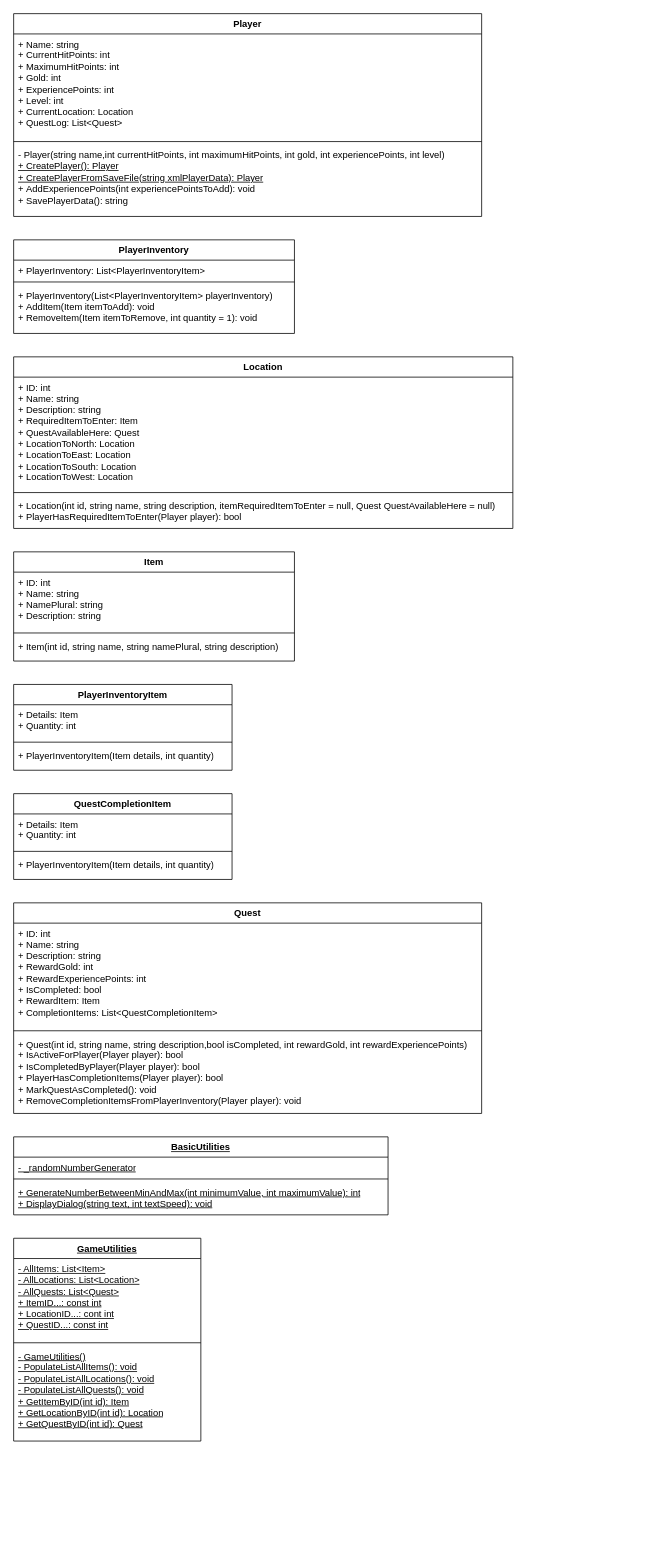
XPsyZchoX/Arcane_Echoes_The_Rise_of_the_Obsidian_Queen keeps this draw.io diagram as Documentation/Class Diagrams/ClassDiagram.drawio. Above is the earlier version. Source tidied: cells renumbered, new cells numbered last; positions are measured from the earlier drawing's top-left corner, leaving out a move shared by most shapes. Both pictures are drawn from the tidied source at 78%, with x=0, y=0 at pixel (13, 13).
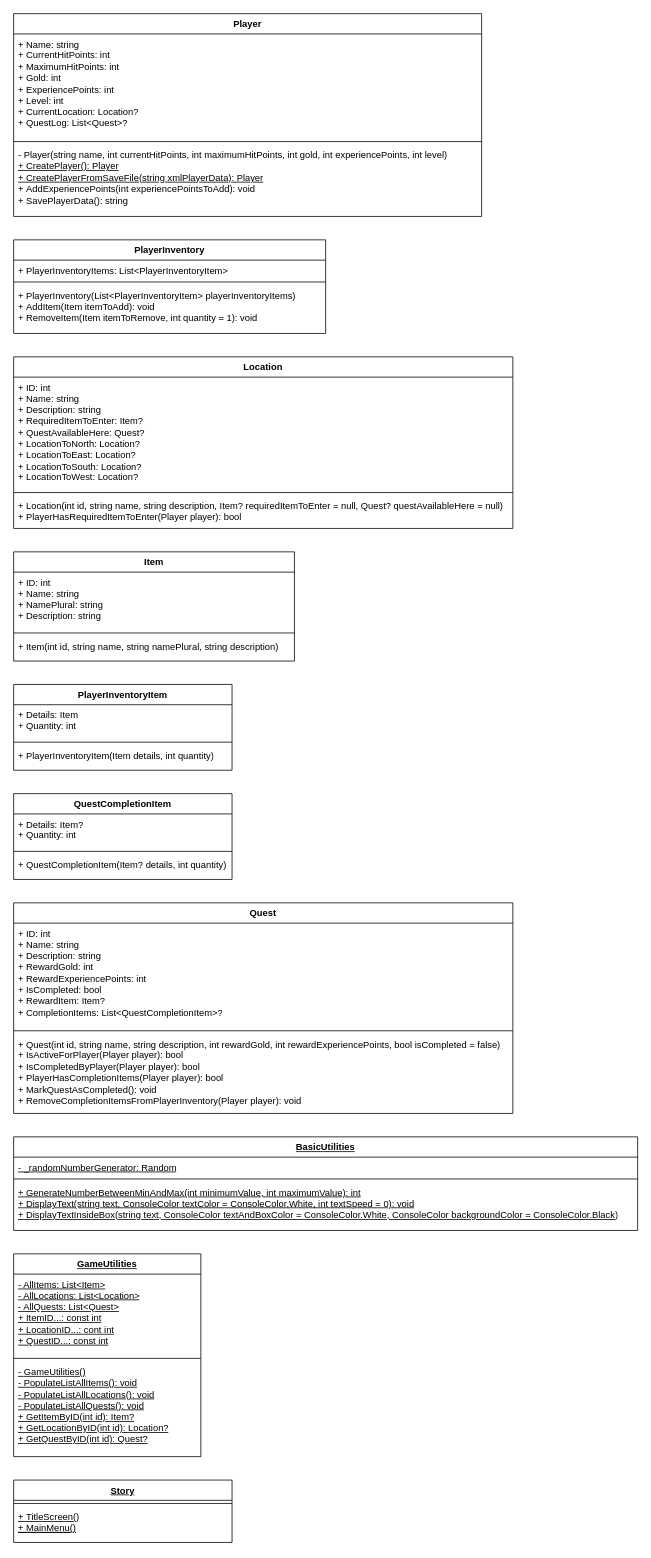
After the change.

Commit message (it also covers changes not shown here):
Added the method Story containing the main menu and a method in the class BasicUtilities, diaplaying text inside a box in the console

The change refers to these unchanged cells:
```xml
<mxCell id="2" value="Player" style="swimlane;fontStyle=1;align=center;verticalAlign=top;horizontal=1;startSize=26;whiteSpace=wrap;html=1;" parent="1" vertex="1">
  <mxGeometry width="600" height="260" as="geometry" />
</mxCell>
<mxCell id="10" value="Location" style="swimlane;fontStyle=1;align=center;verticalAlign=top;horizontal=1;startSize=26;whiteSpace=wrap;html=1;" parent="1" vertex="1">
  <mxGeometry y="440" width="640" height="220" as="geometry" />
</mxCell>
<mxCell id="30" value="QuestCompletionItem" style="swimlane;fontStyle=1;align=center;verticalAlign=top;horizontal=1;startSize=26;whiteSpace=wrap;html=1;" parent="1" vertex="1">
  <mxGeometry y="1000" width="280" height="110" as="geometry" />
</mxCell>
```

Diff of the diagram source:
```diff
@@
-    <mxCell id="3" value="+ Name: string&lt;br&gt;+ CurrentHitPoints: int&lt;br&gt;+ MaximumHitPoints: int&lt;br&gt;+ Gold: int&lt;br&gt;+ ExperiencePoints: int&lt;br&gt;+ Level: int&lt;br&gt;+ CurrentLocation: Location&lt;br&gt;+ QuestLog: List&amp;lt;Quest&amp;gt;" style="text;strokeColor=none;fillColor=none;align=left;verticalAlign=top;spacingLeft=4;spacingRight=4;overflow=hidden;whiteSpace=wrap;html=1;" parent="2" vertex="1">
+    <mxCell id="3" value="+ Name: string&lt;br&gt;+ CurrentHitPoints: int&lt;br&gt;+ MaximumHitPoints: int&lt;br&gt;+ Gold: int&lt;br&gt;+ ExperiencePoints: int&lt;br&gt;+ Level: int&lt;br&gt;+ CurrentLocation: Location?&lt;br&gt;+ QuestLog: List&amp;lt;Quest&amp;gt;?" style="text;strokeColor=none;fillColor=none;align=left;verticalAlign=top;spacingLeft=4;spacingRight=4;overflow=hidden;whiteSpace=wrap;html=1;" parent="2" vertex="1">
       <mxGeometry y="26" width="600" height="134" as="geometry" />
     </mxCell>
@@
-    <mxCell id="5" value="- Player(string name,int currentHitPoints, int maximumHitPoints, int gold, int experiencePoints, int level)&lt;br&gt;&lt;u&gt;+ CreatePlayer(): Player&lt;/u&gt;&lt;br&gt;&lt;u&gt;+ CreatePlayerFromSaveFile(string xmlPlayerData): Player&lt;/u&gt;&lt;br&gt;+&amp;nbsp;AddExperiencePoints(int experiencePointsToAdd): void&lt;br&gt;+ SavePlayerData(): string" style="text;strokeColor=none;fillColor=none;align=left;verticalAlign=top;spacingLeft=4;spacingRight=4;overflow=hidden;whiteSpace=wrap;html=1;" parent="2" vertex="1">
+    <mxCell id="5" value="- Player(string name, int currentHitPoints, int maximumHitPoints, int gold, int experiencePoints, int level)&lt;br&gt;&lt;u&gt;+ CreatePlayer(): Player&lt;/u&gt;&lt;br&gt;&lt;u&gt;+ CreatePlayerFromSaveFile(string xmlPlayerData): Player&lt;/u&gt;&lt;br&gt;+&amp;nbsp;AddExperiencePoints(int experiencePointsToAdd): void&lt;br&gt;+ SavePlayerData(): string" style="text;strokeColor=none;fillColor=none;align=left;verticalAlign=top;spacingLeft=4;spacingRight=4;overflow=hidden;whiteSpace=wrap;html=1;" parent="2" vertex="1">
       <mxGeometry y="168" width="600" height="92" as="geometry" />
     </mxCell>
     <mxCell id="6" value="PlayerInventory" style="swimlane;fontStyle=1;align=center;verticalAlign=top;horizontal=1;startSize=26;whiteSpace=wrap;html=1;" parent="1" vertex="1">
-      <mxGeometry y="290" width="360" height="120" as="geometry" />
+      <mxGeometry y="290" width="400" height="120" as="geometry" />
     </mxCell>
-    <mxCell id="7" value="+ PlayerInventory: List&amp;lt;PlayerInventoryItem&amp;gt;" style="text;strokeColor=none;fillColor=none;align=left;verticalAlign=top;spacingLeft=4;spacingRight=4;overflow=hidden;whiteSpace=wrap;html=1;" parent="6" vertex="1">
-      <mxGeometry y="26" width="360" height="24" as="geometry" />
+    <mxCell id="7" value="+ PlayerInventoryItems: List&amp;lt;PlayerInventoryItem&amp;gt;" style="text;strokeColor=none;fillColor=none;align=left;verticalAlign=top;spacingLeft=4;spacingRight=4;overflow=hidden;whiteSpace=wrap;html=1;" parent="6" vertex="1">
+      <mxGeometry y="26" width="400" height="24" as="geometry" />
     </mxCell>
     <mxCell id="8" style="line;strokeWidth=1;fillColor=none;align=left;verticalAlign=middle;spacingTop=-1;spacingLeft=3;spacingRight=3;labelPosition=right;strokeColor=inherit;" parent="6" vertex="1">
-      <mxGeometry y="50" width="360" height="8" as="geometry" />
+      <mxGeometry y="50" width="400" height="8" as="geometry" />
     </mxCell>
-    <mxCell id="9" value="+&amp;nbsp;PlayerInventory(List&amp;lt;PlayerInventoryItem&amp;gt; playerInventory)&lt;br&gt;+&amp;nbsp;AddItem(Item itemToAdd): void&lt;br&gt;+&amp;nbsp;RemoveItem(Item itemToRemove, int quantity = 1): void" style="text;strokeColor=none;fillColor=none;align=left;verticalAlign=top;spacingLeft=4;spacingRight=4;overflow=hidden;whiteSpace=wrap;html=1;" parent="6" vertex="1">
-      <mxGeometry y="58" width="360" height="62" as="geometry" />
+    <mxCell id="9" value="+&amp;nbsp;PlayerInventory(List&amp;lt;PlayerInventoryItem&amp;gt; playerInventoryItems)&lt;br&gt;+&amp;nbsp;AddItem(Item itemToAdd): void&lt;br&gt;+&amp;nbsp;RemoveItem(Item itemToRemove, int quantity = 1): void" style="text;strokeColor=none;fillColor=none;align=left;verticalAlign=top;spacingLeft=4;spacingRight=4;overflow=hidden;whiteSpace=wrap;html=1;" parent="6" vertex="1">
+      <mxGeometry y="58" width="400" height="62" as="geometry" />
     </mxCell>
@@
-    <mxCell id="11" value="+ ID: int&lt;br&gt;+ Name: string&lt;br&gt;+ Description: string&lt;br&gt;+&amp;nbsp;RequiredItemToEnter: Item&lt;br&gt;+&amp;nbsp;QuestAvailableHere: Quest&lt;br&gt;+&amp;nbsp;LocationToNorth: Location&lt;br&gt;+&amp;nbsp;LocationToEast: Location&lt;br&gt;+&amp;nbsp;LocationToSouth: Location&lt;br&gt;+&amp;nbsp;LocationToWest: Location" style="text;strokeColor=none;fillColor=none;align=left;verticalAlign=top;spacingLeft=4;spacingRight=4;overflow=hidden;whiteSpace=wrap;html=1;" parent="10" vertex="1">
+    <mxCell id="11" value="+ ID: int&lt;br&gt;+ Name: string&lt;br&gt;+ Description: string&lt;br&gt;+&amp;nbsp;RequiredItemToEnter: Item?&lt;br&gt;+&amp;nbsp;QuestAvailableHere: Quest?&lt;br&gt;+&amp;nbsp;LocationToNorth: Location?&lt;br&gt;+&amp;nbsp;LocationToEast: Location?&lt;br&gt;+&amp;nbsp;LocationToSouth: Location?&lt;br&gt;+&amp;nbsp;LocationToWest: Location?" style="text;strokeColor=none;fillColor=none;align=left;verticalAlign=top;spacingLeft=4;spacingRight=4;overflow=hidden;whiteSpace=wrap;html=1;" parent="10" vertex="1">
       <mxGeometry y="26" width="640" height="144" as="geometry" />
     </mxCell>
@@
-    <mxCell id="13" value="+ Location(int id, string name, string description, itemRequiredItemToEnter = null, Quest QuestAvailableHere = null)&lt;br&gt;+ PlayerHasRequiredItemToEnter(Player player): bool" style="text;strokeColor=none;fillColor=none;align=left;verticalAlign=top;spacingLeft=4;spacingRight=4;overflow=hidden;whiteSpace=wrap;html=1;" parent="10" vertex="1">
+    <mxCell id="13" value="+ Location(int id, string name, string description, Item? requiredItemToEnter = null, Quest? questAvailableHere = null)&lt;br&gt;+ PlayerHasRequiredItemToEnter(Player player): bool" style="text;strokeColor=none;fillColor=none;align=left;verticalAlign=top;spacingLeft=4;spacingRight=4;overflow=hidden;whiteSpace=wrap;html=1;" parent="10" vertex="1">
       <mxGeometry y="178" width="640" height="42" as="geometry" />
     </mxCell>
     <mxCell id="14" value="Quest" style="swimlane;fontStyle=1;align=center;verticalAlign=top;horizontal=1;startSize=26;whiteSpace=wrap;html=1;" parent="1" vertex="1">
-      <mxGeometry y="1140" width="600" height="270" as="geometry" />
+      <mxGeometry y="1140" width="640" height="270" as="geometry" />
     </mxCell>
-    <mxCell id="15" value="+ ID: int&lt;br&gt;+ Name: string&lt;br&gt;+ Description: string&lt;br&gt;+ RewardGold: int&lt;br&gt;+ RewardExperiencePoints: int&lt;br&gt;+ IsCompleted: bool&lt;br&gt;+ RewardItem: Item&lt;br&gt;+ CompletionItems: List&amp;lt;QuestCompletionItem&amp;gt;" style="text;strokeColor=none;fillColor=none;align=left;verticalAlign=top;spacingLeft=4;spacingRight=4;overflow=hidden;whiteSpace=wrap;html=1;" parent="14" vertex="1">
-      <mxGeometry y="26" width="600" height="134" as="geometry" />
+    <mxCell id="15" value="+ ID: int&lt;br&gt;+ Name: string&lt;br&gt;+ Description: string&lt;br&gt;+ RewardGold: int&lt;br&gt;+ RewardExperiencePoints: int&lt;br&gt;+ IsCompleted: bool&lt;br&gt;+ RewardItem: Item?&lt;br&gt;+ CompletionItems: List&amp;lt;QuestCompletionItem&amp;gt;?" style="text;strokeColor=none;fillColor=none;align=left;verticalAlign=top;spacingLeft=4;spacingRight=4;overflow=hidden;whiteSpace=wrap;html=1;" parent="14" vertex="1">
+      <mxGeometry y="26" width="640" height="134" as="geometry" />
     </mxCell>
     <mxCell id="16" style="line;strokeWidth=1;fillColor=none;align=left;verticalAlign=middle;spacingTop=-1;spacingLeft=3;spacingRight=3;labelPosition=right;strokeColor=inherit;" parent="14" vertex="1">
-      <mxGeometry y="160" width="600" height="8" as="geometry" />
+      <mxGeometry y="160" width="640" height="8" as="geometry" />
     </mxCell>
-    <mxCell id="17" value="+ Quest(int id, string name, string description,bool isCompleted,&amp;nbsp;int rewardGold, int rewardExperiencePoints)&lt;br&gt;+ IsActiveForPlayer(Player player): bool&lt;br&gt;+ IsCompletedByPlayer(Player player): bool&lt;br&gt;+&amp;nbsp;PlayerHasCompletionItems(Player player): bool&lt;br&gt;+&amp;nbsp;MarkQuestAsCompleted(): void&lt;br&gt;+&amp;nbsp;RemoveCompletionItemsFromPlayerInventory(Player player): void" style="text;strokeColor=none;fillColor=none;align=left;verticalAlign=top;spacingLeft=4;spacingRight=4;overflow=hidden;whiteSpace=wrap;html=1;" parent="14" vertex="1">
-      <mxGeometry y="168" width="600" height="102" as="geometry" />
+    <mxCell id="17" value="+ Quest(int id, string name, string description, int rewardGold, int rewardExperiencePoints, bool isCompleted = false)&lt;br&gt;+ IsActiveForPlayer(Player player): bool&lt;br&gt;+ IsCompletedByPlayer(Player player): bool&lt;br&gt;+&amp;nbsp;PlayerHasCompletionItems(Player player): bool&lt;br&gt;+&amp;nbsp;MarkQuestAsCompleted(): void&lt;br&gt;+&amp;nbsp;RemoveCompletionItemsFromPlayerInventory(Player player): void" style="text;strokeColor=none;fillColor=none;align=left;verticalAlign=top;spacingLeft=4;spacingRight=4;overflow=hidden;whiteSpace=wrap;html=1;" parent="14" vertex="1">
+      <mxGeometry y="168" width="640" height="102" as="geometry" />
     </mxCell>
     <mxCell id="18" value="&lt;u&gt;BasicUtilities&lt;/u&gt;" style="swimlane;fontStyle=1;align=center;verticalAlign=top;horizontal=1;startSize=26;whiteSpace=wrap;html=1;" parent="1" vertex="1">
-      <mxGeometry y="1440" width="480" height="100" as="geometry" />
+      <mxGeometry y="1440" width="800" height="120" as="geometry" />
     </mxCell>
-    <mxCell id="19" value="&lt;u&gt;- _randomNumberGenerator&lt;/u&gt;" style="text;strokeColor=none;fillColor=none;align=left;verticalAlign=top;spacingLeft=4;spacingRight=4;overflow=hidden;whiteSpace=wrap;html=1;" parent="18" vertex="1">
-      <mxGeometry y="26" width="480" height="24" as="geometry" />
+    <mxCell id="19" value="&lt;u&gt;- _randomNumberGenerator: Random&lt;/u&gt;" style="text;strokeColor=none;fillColor=none;align=left;verticalAlign=top;spacingLeft=4;spacingRight=4;overflow=hidden;whiteSpace=wrap;html=1;" parent="18" vertex="1">
+      <mxGeometry y="26" width="800" height="24" as="geometry" />
     </mxCell>
     <mxCell id="20" style="line;strokeWidth=1;fillColor=none;align=left;verticalAlign=middle;spacingTop=-1;spacingLeft=3;spacingRight=3;labelPosition=right;strokeColor=inherit;" parent="18" vertex="1">
-      <mxGeometry y="50" width="480" height="8" as="geometry" />
+      <mxGeometry y="50" width="800" height="8" as="geometry" />
     </mxCell>
-    <mxCell id="21" value="&lt;u&gt;+ GenerateNumberBetweenMinAndMax(int minimumValue, int maximumValue): int&lt;br&gt;+ DisplayDialog(string text, int textSpeed): void&lt;br&gt;&lt;/u&gt;" style="text;strokeColor=none;fillColor=none;align=left;verticalAlign=top;spacingLeft=4;spacingRight=4;overflow=hidden;whiteSpace=wrap;html=1;" parent="18" vertex="1">
-      <mxGeometry y="58" width="480" height="42" as="geometry" />
+    <mxCell id="21" value="&lt;u&gt;+ GenerateNumberBetweenMinAndMax(int minimumValue, int maximumValue): int&lt;br&gt;+ DisplayText(string text, ConsoleColor textColor = ConsoleColor.White, int textSpeed = 0): void&lt;br&gt;+ DisplayTextInsideBox(string text, ConsoleColor textAndBoxColor = ConsoleColor.White, ConsoleColor backgroundColor = ConsoleColor.Black)&lt;br&gt;&lt;/u&gt;" style="text;strokeColor=none;fillColor=none;align=left;verticalAlign=top;spacingLeft=4;spacingRight=4;overflow=hidden;whiteSpace=wrap;html=1;" parent="18" vertex="1">
+      <mxGeometry y="58" width="800" height="62" as="geometry" />
     </mxCell>
     <mxCell id="22" value="&lt;u&gt;GameUtilities&lt;/u&gt;" style="swimlane;fontStyle=1;align=center;verticalAlign=top;horizontal=1;startSize=26;whiteSpace=wrap;html=1;" parent="1" vertex="1">
-      <mxGeometry y="1570" width="240" height="260" as="geometry" />
+      <mxGeometry y="1590" width="240" height="260" as="geometry" />
     </mxCell>
@@
-    <mxCell id="25" value="&lt;u&gt;-&amp;nbsp;&lt;span style=&quot;border-color: var(--border-color); text-align: center;&quot;&gt;GameUtilities()&lt;/span&gt;&lt;br&gt;- PopulateListAllItems(): void&lt;br&gt;&lt;/u&gt;&lt;u style=&quot;border-color: var(--border-color);&quot;&gt;- PopulateListAllLocations(): void&lt;/u&gt;&lt;u&gt;&lt;br&gt;- PopulateListAllQuests(): void&lt;br&gt;+&amp;nbsp;GetItemByID(int id): Item&lt;br&gt;&lt;/u&gt;&lt;u style=&quot;border-color: var(--border-color);&quot;&gt;+&amp;nbsp;GetLocationByID(int id): Location&lt;/u&gt;&lt;u&gt;&lt;br&gt;+&amp;nbsp;GetQuestByID(int id): Quest&lt;br&gt;&lt;/u&gt;" style="text;strokeColor=none;fillColor=none;align=left;verticalAlign=top;spacingLeft=4;spacingRight=4;overflow=hidden;whiteSpace=wrap;html=1;" parent="22" vertex="1">
+    <mxCell id="25" value="&lt;u&gt;-&amp;nbsp;&lt;span style=&quot;border-color: var(--border-color); text-align: center;&quot;&gt;GameUtilities()&lt;/span&gt;&lt;br&gt;- PopulateListAllItems(): void&lt;br&gt;&lt;/u&gt;&lt;u style=&quot;border-color: var(--border-color);&quot;&gt;- PopulateListAllLocations(): void&lt;/u&gt;&lt;u&gt;&lt;br&gt;- PopulateListAllQuests(): void&lt;br&gt;+&amp;nbsp;GetItemByID(int id): Item?&lt;br&gt;&lt;/u&gt;&lt;u style=&quot;border-color: var(--border-color);&quot;&gt;+&amp;nbsp;GetLocationByID(int id): Location?&lt;/u&gt;&lt;u&gt;&lt;br&gt;+&amp;nbsp;GetQuestByID(int id): Quest?&lt;br&gt;&lt;/u&gt;" style="text;strokeColor=none;fillColor=none;align=left;verticalAlign=top;spacingLeft=4;spacingRight=4;overflow=hidden;whiteSpace=wrap;html=1;" parent="22" vertex="1">
       <mxGeometry y="138" width="240" height="122" as="geometry" />
     </mxCell>
@@
-    <mxCell id="31" value="+ Details: Item&lt;br style=&quot;border-color: var(--border-color);&quot;&gt;+ Quantity: int" style="text;strokeColor=none;fillColor=none;align=left;verticalAlign=top;spacingLeft=4;spacingRight=4;overflow=hidden;whiteSpace=wrap;html=1;" parent="30" vertex="1">
+    <mxCell id="31" value="+ Details: Item?&lt;br style=&quot;border-color: var(--border-color);&quot;&gt;+ Quantity: int" style="text;strokeColor=none;fillColor=none;align=left;verticalAlign=top;spacingLeft=4;spacingRight=4;overflow=hidden;whiteSpace=wrap;html=1;" parent="30" vertex="1">
       <mxGeometry y="26" width="280" height="44" as="geometry" />
     </mxCell>
@@
-    <mxCell id="33" value="+&amp;nbsp;PlayerInventoryItem(Item details, int quantity)" style="text;strokeColor=none;fillColor=none;align=left;verticalAlign=top;spacingLeft=4;spacingRight=4;overflow=hidden;whiteSpace=wrap;html=1;" parent="30" vertex="1">
+    <mxCell id="33" value="+&amp;nbsp;QuestCompletionItem(Item? details, int quantity)" style="text;strokeColor=none;fillColor=none;align=left;verticalAlign=top;spacingLeft=4;spacingRight=4;overflow=hidden;whiteSpace=wrap;html=1;" parent="30" vertex="1">
       <mxGeometry y="78" width="280" height="32" as="geometry" />
     </mxCell>
@@
+    <mxCell id="38" value="&lt;u&gt;Story&lt;/u&gt;" style="swimlane;fontStyle=1;align=center;verticalAlign=top;horizontal=1;startSize=26;whiteSpace=wrap;html=1;" parent="1" vertex="1">
+      <mxGeometry y="1880" width="280" height="80" as="geometry" />
+    </mxCell>
+    <mxCell id="39" style="line;strokeWidth=1;fillColor=none;align=left;verticalAlign=middle;spacingTop=-1;spacingLeft=3;spacingRight=3;labelPosition=right;strokeColor=inherit;" parent="38" vertex="1">
+      <mxGeometry y="26" width="280" height="8" as="geometry" />
+    </mxCell>
+    <mxCell id="40" value="&lt;u style=&quot;border-color: var(--border-color);&quot;&gt;+&amp;nbsp;TitleScreen()&lt;br&gt;&lt;u style=&quot;border-color: var(--border-color);&quot;&gt;+ MainMenu()&lt;/u&gt;&lt;br&gt;&lt;/u&gt;" style="text;strokeColor=none;fillColor=none;align=left;verticalAlign=top;spacingLeft=4;spacingRight=4;overflow=hidden;whiteSpace=wrap;html=1;" parent="38" vertex="1">
+      <mxGeometry y="34" width="280" height="46" as="geometry" />
+    </mxCell>
```
